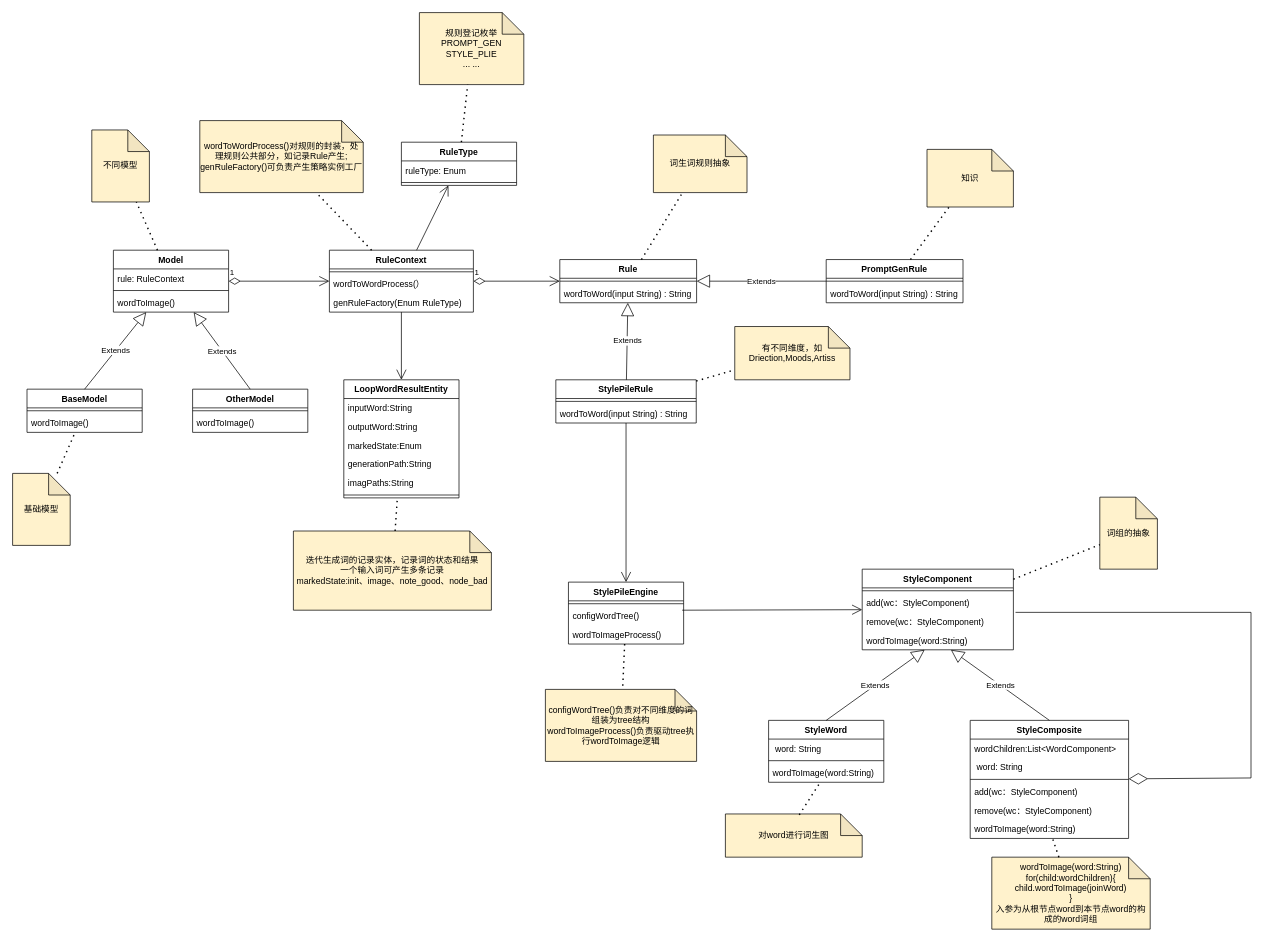
Above: AIGC词生图工具优化.drawio in milletzhu/datasource (draw.io), before the change. Source tidied: cells renumbered, new cells numbered last; positions are measured from the earlier drawing's top-left corner, leaving out a move shared by most shapes. Both pictures are drawn from the tidied source at 72%, with x=0, y=0 at pixel (12, 12).
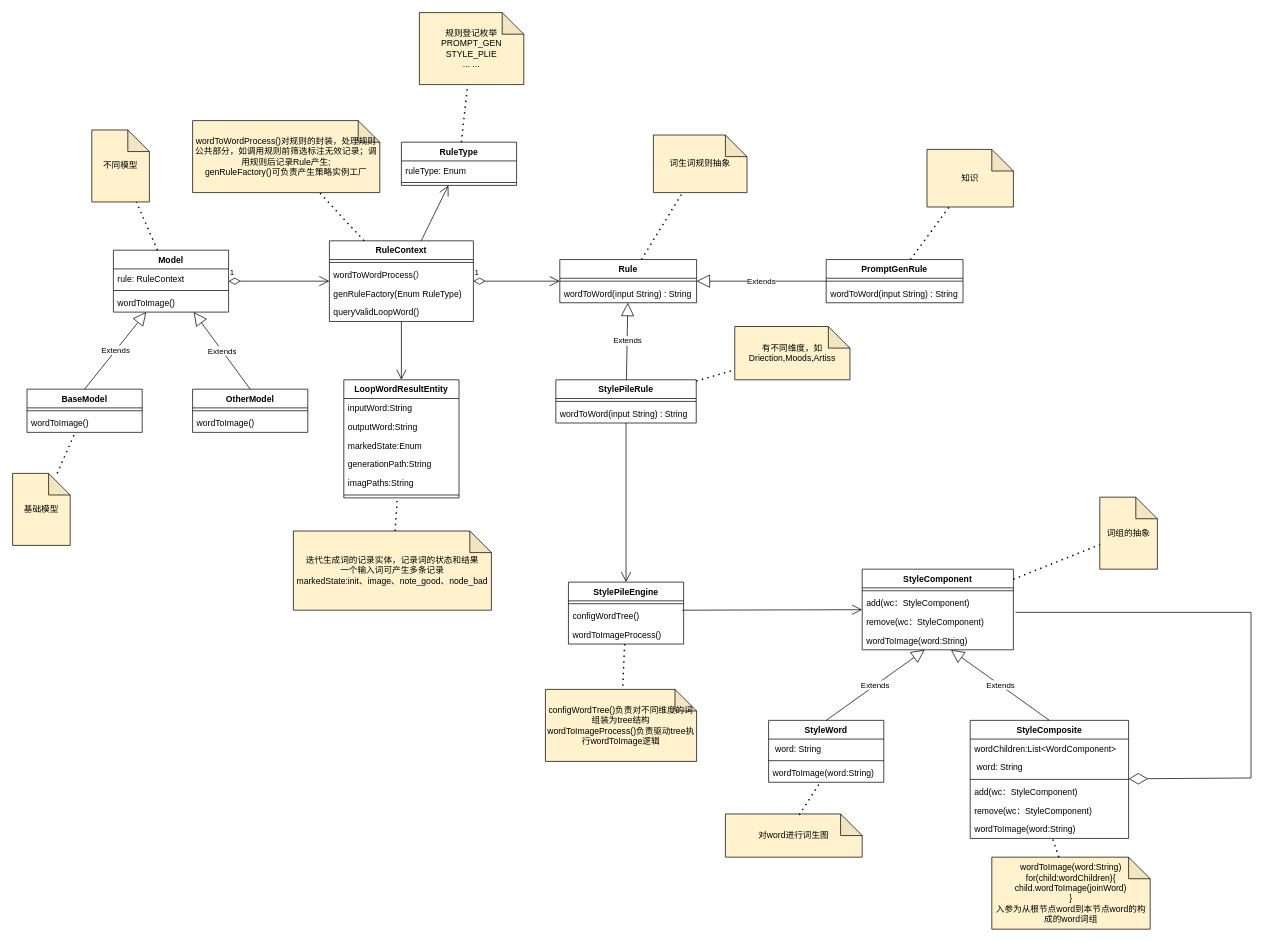
The same diagram, later.

Commit message:
更新AIGC词生图工具优化.drawio

What changed in the source:
```diff
@@
     <mxCell id="67" value="RuleContext" style="swimlane;fontStyle=1;align=center;verticalAlign=top;horizontal=1;startSize=26;fillColor=#FFFFFF;" parent="1" vertex="1">
-      <mxGeometry x="440" y="330" width="200" height="86" as="geometry" />
+      <mxGeometry x="440" y="317" width="200" height="112" as="geometry" />
     </mxCell>
@@
+    <mxCell id="92" value="genRuleFactory(Enum RuleType)" style="text;strokeColor=none;fillColor=none;align=left;verticalAlign=top;spacingLeft=4;spacingRight=4;overflow=hidden;" parent="67" vertex="1">
+      <mxGeometry y="60" width="200" height="26" as="geometry" />
+    </mxCell>
-    <mxCell id="70" value="genRuleFactory(Enum RuleType)" style="text;strokeColor=none;fillColor=none;align=left;verticalAlign=top;spacingLeft=4;spacingRight=4;overflow=hidden;" parent="67" vertex="1">
-      <mxGeometry y="60" width="200" height="26" as="geometry" />
+    <mxCell id="70" value="queryValidLoopWord()" style="text;strokeColor=none;fillColor=none;align=left;verticalAlign=top;spacingLeft=4;spacingRight=4;overflow=hidden;" parent="67" vertex="1">
+      <mxGeometry y="86" width="200" height="26" as="geometry" />
     </mxCell>
@@
-    <mxCell id="72" value="wordToWordProcess()对规则的封装，处理规则公共部分，如记录Rule产生;&lt;br&gt;genRuleFactory()可负责产生策略实例工厂" style="shape=note;whiteSpace=wrap;html=1;backgroundOutline=1;darkOpacity=0.05;fillColor=#FFF2CC;" parent="1" vertex="1">
-      <mxGeometry x="260" y="150" width="227" height="100" as="geometry" />
+    <mxCell id="72" value="wordToWordProcess()对规则的封装，处理规则公共部分，如调用规则前筛选标注无效记录；调用规则后记录Rule产生;&lt;br&gt;genRuleFactory()可负责产生策略实例工厂" style="shape=note;whiteSpace=wrap;html=1;backgroundOutline=1;darkOpacity=0.05;fillColor=#FFF2CC;" parent="1" vertex="1">
+      <mxGeometry x="250" y="150" width="260" height="100" as="geometry" />
     </mxCell>
```
